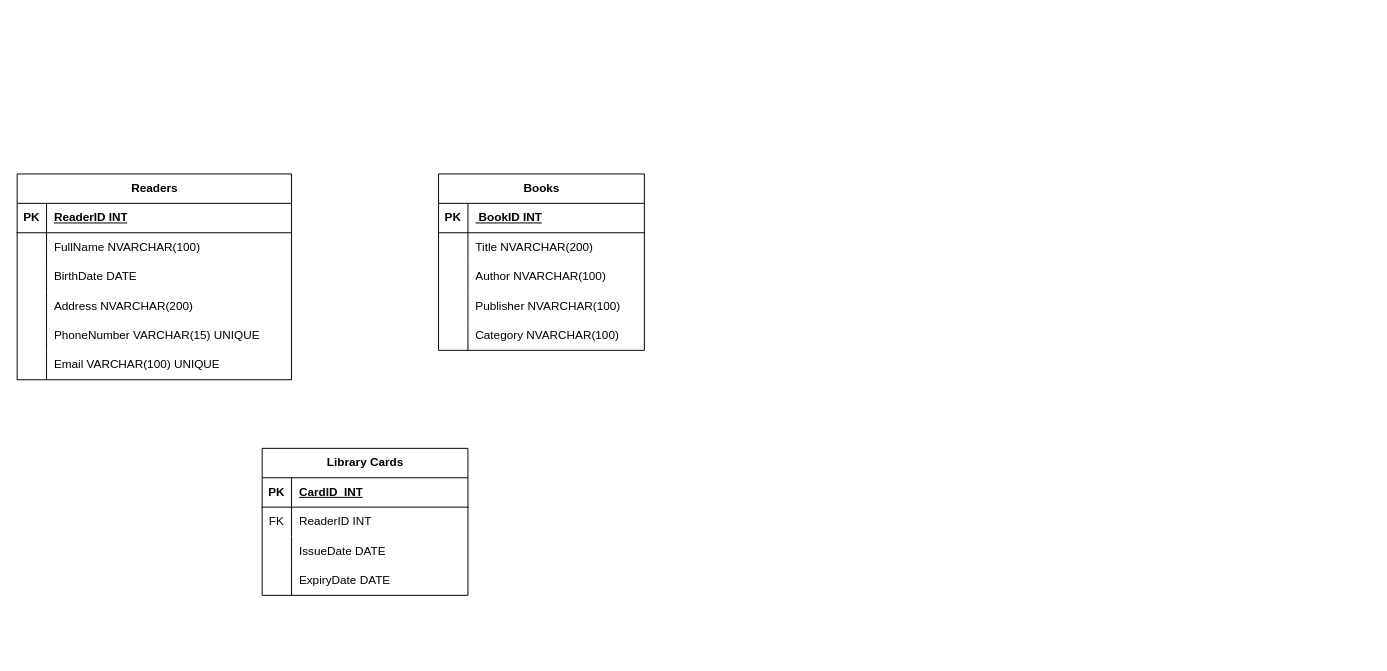
NgocPhungggg/CUT keeps this draw.io diagram as Week_01/Database_design.drawio. Above is the earlier version. Source tidied: cells renumbered, new cells numbered last; positions are measured from the earlier drawing's top-left corner, leaving out a move shared by most shapes. Both pictures are drawn from the tidied source at 98%, with x=0, y=0 at pixel (17, 173).
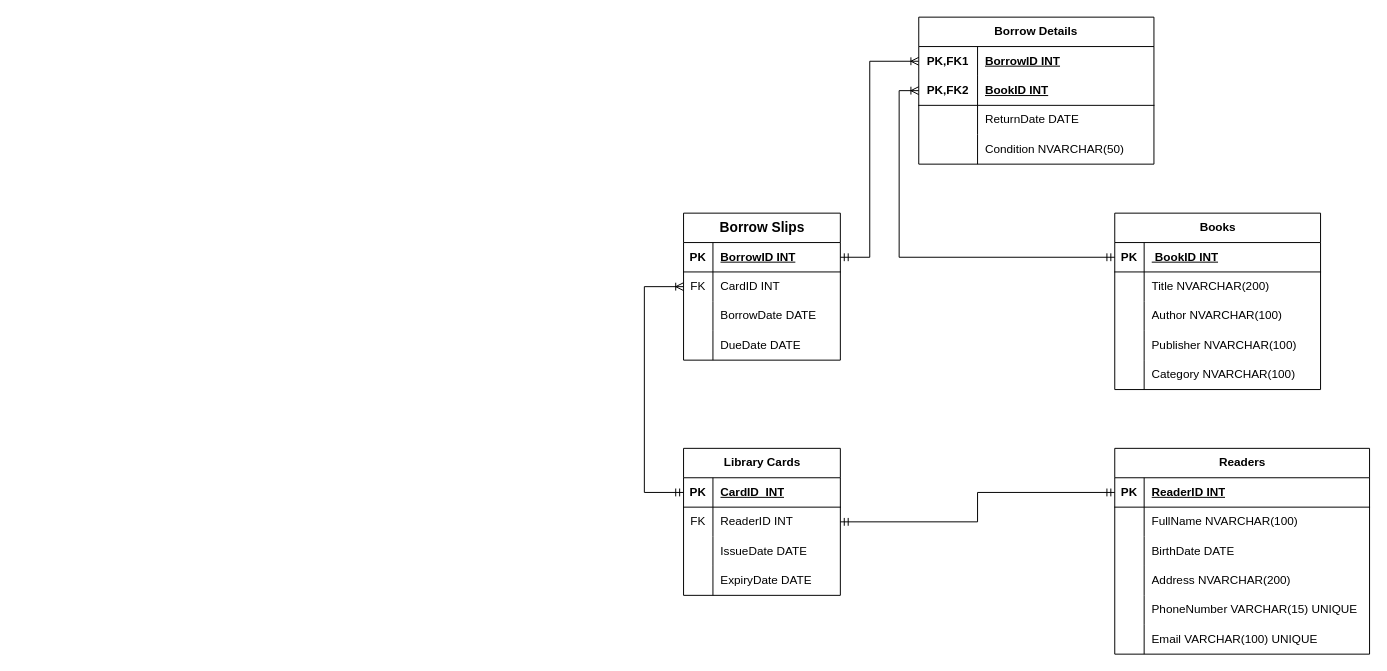
The same page after the edit.

Commit message (it also covers changes not shown here):
Cập nhật Database_design.drawio

Unchanged cells that the change refers to:
```xml
<mxCell id="22" style="shape=tableRow;horizontal=0;startSize=0;swimlaneHead=0;swimlaneBody=0;fillColor=none;points=[[0,0.5],[1,0.5]];portConstraint=eastwest;top=0;left=0;right=0;bottom=1;" parent="21" vertex="1">
  <mxGeometry y="30" width="210" height="30" as="geometry" />
</mxCell>
```

Diff of the diagram source:
```diff
@@
     <mxCell id="2" value="Readers" style="shape=table;startSize=30;childLayout=tableLayout;rowLines=0;fontStyle=1;align=center;html=1;" parent="1" vertex="1">
-      <mxGeometry width="280" height="210" as="geometry" />
+      <mxGeometry x="1120" y="280" width="260" height="210" as="geometry" />
     </mxCell>
     <mxCell id="3" style="shape=tableRow;horizontal=0;startSize=0;swimlaneHead=0;swimlaneBody=0;fillColor=none;points=[[0,0.5],[1,0.5]];portConstraint=eastwest;top=0;left=0;right=0;bottom=1;" parent="2" vertex="1">
-      <mxGeometry y="30" width="280" height="30" as="geometry" />
+      <mxGeometry y="30" width="260" height="30" as="geometry" />
     </mxCell>
@@
     <mxCell id="5" value="ReaderID INT" style="shape=partialRectangle;fillColor=none;top=0;left=0;bottom=0;right=0;align=left;spacingLeft=6;fontStyle=5;overflow=hidden;whiteSpace=wrap;html=1;" parent="3" vertex="1">
-      <mxGeometry x="30" width="250" height="30" as="geometry" />
+      <mxGeometry x="30" width="230" height="30" as="geometry" />
     </mxCell>
     <mxCell id="6" style="shape=tableRow;horizontal=0;startSize=0;swimlaneHead=0;swimlaneBody=0;fillColor=none;top=0;left=0;right=0;bottom=0;" parent="2" vertex="1">
-      <mxGeometry y="60" width="280" height="30" as="geometry" />
+      <mxGeometry y="60" width="260" height="30" as="geometry" />
     </mxCell>
@@
     <mxCell id="8" value="FullName NVARCHAR(100)" style="shape=partialRectangle;fillColor=none;top=0;left=0;bottom=0;right=0;align=left;spacingLeft=6;overflow=hidden;whiteSpace=wrap;html=1;" parent="6" vertex="1">
-      <mxGeometry x="30" width="250" height="30" as="geometry" />
+      <mxGeometry x="30" width="230" height="30" as="geometry" />
     </mxCell>
     <mxCell id="9" style="shape=tableRow;horizontal=0;startSize=0;swimlaneHead=0;swimlaneBody=0;fillColor=none;top=0;left=0;right=0;bottom=0;" parent="2" vertex="1">
-      <mxGeometry y="90" width="280" height="30" as="geometry" />
+      <mxGeometry y="90" width="260" height="30" as="geometry" />
     </mxCell>
@@
     <mxCell id="11" value="BirthDate DATE" style="shape=partialRectangle;fillColor=none;top=0;left=0;bottom=0;right=0;align=left;spacingLeft=6;overflow=hidden;whiteSpace=wrap;html=1;" parent="9" vertex="1">
-      <mxGeometry x="30" width="250" height="30" as="geometry" />
+      <mxGeometry x="30" width="230" height="30" as="geometry" />
     </mxCell>
     <mxCell id="12" style="shape=tableRow;horizontal=0;startSize=0;swimlaneHead=0;swimlaneBody=0;fillColor=none;top=0;left=0;right=0;bottom=0;" parent="2" vertex="1">
-      <mxGeometry y="120" width="280" height="30" as="geometry" />
+      <mxGeometry y="120" width="260" height="30" as="geometry" />
     </mxCell>
@@
     <mxCell id="14" value="Address NVARCHAR(200)" style="shape=partialRectangle;fillColor=none;top=0;left=0;bottom=0;right=0;align=left;spacingLeft=6;overflow=hidden;whiteSpace=wrap;html=1;" parent="12" vertex="1">
-      <mxGeometry x="30" width="250" height="30" as="geometry" />
+      <mxGeometry x="30" width="230" height="30" as="geometry" />
     </mxCell>
     <mxCell id="15" style="shape=tableRow;horizontal=0;startSize=0;swimlaneHead=0;swimlaneBody=0;fillColor=none;top=0;left=0;right=0;bottom=0;" parent="2" vertex="1">
-      <mxGeometry y="150" width="280" height="30" as="geometry" />
+      <mxGeometry y="150" width="260" height="30" as="geometry" />
     </mxCell>
@@
     <mxCell id="17" value="PhoneNumber VARCHAR(15) UNIQUE" style="shape=partialRectangle;fillColor=none;top=0;left=0;bottom=0;right=0;align=left;spacingLeft=6;overflow=hidden;whiteSpace=wrap;html=1;" parent="15" vertex="1">
-      <mxGeometry x="30" width="250" height="30" as="geometry" />
+      <mxGeometry x="30" width="230" height="30" as="geometry" />
     </mxCell>
     <mxCell id="18" style="shape=tableRow;horizontal=0;startSize=0;swimlaneHead=0;swimlaneBody=0;fillColor=none;top=0;left=0;right=0;bottom=0;" parent="2" vertex="1">
-      <mxGeometry y="180" width="280" height="30" as="geometry" />
+      <mxGeometry y="180" width="260" height="30" as="geometry" />
     </mxCell>
@@
     <mxCell id="20" value="&lt;div&gt;Email VARCHAR(100) UNIQUE&lt;/div&gt;" style="shape=partialRectangle;fillColor=none;top=0;left=0;bottom=0;right=0;align=left;spacingLeft=6;overflow=hidden;whiteSpace=wrap;html=1;" parent="18" vertex="1">
-      <mxGeometry x="30" width="250" height="30" as="geometry" />
+      <mxGeometry x="30" width="230" height="30" as="geometry" />
     </mxCell>
     <mxCell id="21" value="Books" style="shape=table;startSize=30;childLayout=tableLayout;rowLines=0;fontStyle=1;align=center;html=1;" parent="1" vertex="1">
-      <mxGeometry x="430" width="210" height="180" as="geometry" />
+      <mxGeometry x="1120" y="40" width="210" height="180" as="geometry" />
     </mxCell>
@@
     <mxCell id="37" value="Library Cards" style="shape=table;startSize=30;childLayout=tableLayout;rowLines=0;fontStyle=1;align=center;html=1;" parent="1" vertex="1">
-      <mxGeometry x="250" y="280" width="210" height="150" as="geometry" />
+      <mxGeometry x="680" y="280" width="160" height="150" as="geometry" />
     </mxCell>
     <mxCell id="38" style="shape=tableRow;horizontal=0;startSize=0;swimlaneHead=0;swimlaneBody=0;fillColor=none;points=[[0,0.5],[1,0.5]];portConstraint=eastwest;top=0;left=0;right=0;bottom=1;" parent="37" vertex="1">
-      <mxGeometry y="30" width="210" height="30" as="geometry" />
+      <mxGeometry y="30" width="160" height="30" as="geometry" />
     </mxCell>
@@
     <mxCell id="40" value="CardID&amp;nbsp; INT" style="shape=partialRectangle;fillColor=none;top=0;left=0;bottom=0;right=0;align=left;spacingLeft=6;fontStyle=5;overflow=hidden;whiteSpace=wrap;html=1;" parent="38" vertex="1">
-      <mxGeometry x="30" width="180" height="30" as="geometry" />
+      <mxGeometry x="30" width="130" height="30" as="geometry" />
     </mxCell>
     <mxCell id="41" style="shape=tableRow;horizontal=0;startSize=0;swimlaneHead=0;swimlaneBody=0;fillColor=none;points=[[0,0.5],[1,0.5]];portConstraint=eastwest;top=0;left=0;right=0;bottom=0;" parent="37" vertex="1">
-      <mxGeometry y="60" width="210" height="30" as="geometry" />
+      <mxGeometry y="60" width="160" height="30" as="geometry" />
     </mxCell>
@@
     <mxCell id="43" value="ReaderID INT" style="shape=partialRectangle;fillColor=none;top=0;left=0;bottom=0;right=0;align=left;spacingLeft=6;overflow=hidden;whiteSpace=wrap;html=1;" parent="41" vertex="1">
-      <mxGeometry x="30" width="180" height="30" as="geometry" />
+      <mxGeometry x="30" width="130" height="30" as="geometry" />
     </mxCell>
     <mxCell id="44" style="shape=tableRow;horizontal=0;startSize=0;swimlaneHead=0;swimlaneBody=0;fillColor=none;top=0;left=0;right=0;bottom=0;" parent="37" vertex="1">
-      <mxGeometry y="90" width="210" height="30" as="geometry" />
+      <mxGeometry y="90" width="160" height="30" as="geometry" />
     </mxCell>
@@
     <mxCell id="46" value="IssueDate DATE" style="shape=partialRectangle;fillColor=none;top=0;left=0;bottom=0;right=0;align=left;spacingLeft=6;overflow=hidden;whiteSpace=wrap;html=1;" parent="44" vertex="1">
-      <mxGeometry x="30" width="180" height="30" as="geometry" />
+      <mxGeometry x="30" width="130" height="30" as="geometry" />
     </mxCell>
     <mxCell id="47" style="shape=tableRow;horizontal=0;startSize=0;swimlaneHead=0;swimlaneBody=0;fillColor=none;top=0;left=0;right=0;bottom=0;" parent="37" vertex="1">
-      <mxGeometry y="120" width="210" height="30" as="geometry" />
+      <mxGeometry y="120" width="160" height="30" as="geometry" />
     </mxCell>
@@
     <mxCell id="49" value="ExpiryDate DATE" style="shape=partialRectangle;fillColor=none;top=0;left=0;bottom=0;right=0;align=left;spacingLeft=6;overflow=hidden;whiteSpace=wrap;html=1;" parent="47" vertex="1">
-      <mxGeometry x="30" width="180" height="30" as="geometry" />
+      <mxGeometry x="30" width="130" height="30" as="geometry" />
     </mxCell>
+    <mxCell id="50" value="&lt;h3&gt;Borrow Slips&lt;/h3&gt;&lt;pre class=&quot;overflow-visible!&quot;&gt;&lt;div class=&quot;contain-inline-size rounded-2xl relative bg-token-sidebar-surface-primary&quot;&gt;&lt;div class=&quot;sticky top-9&quot;&gt;&lt;div class=&quot;absolute end-0 bottom-0 flex h-9 items-center pe-2&quot;&gt;&lt;div class=&quot;bg-token-bg-elevated-secondary text-token-text-secondary flex items-center gap-4 rounded-sm px-2 font-sans text-xs&quot;&gt;&lt;/div&gt;&lt;/div&gt;&lt;/div&gt;&lt;div dir=&quot;ltr&quot; class=&quot;overflow-y-auto p-4&quot;&gt;&lt;/div&gt;&lt;/div&gt;&lt;/pre&gt;" style="shape=table;startSize=30;childLayout=tableLayout;rowLines=0;fontStyle=1;align=center;html=1;" parent="1" vertex="1">
+      <mxGeometry x="680" y="40" width="160" height="150" as="geometry" />
+    </mxCell>
+    <mxCell id="51" style="shape=tableRow;horizontal=0;startSize=0;swimlaneHead=0;swimlaneBody=0;fillColor=none;points=[[0,0.5],[1,0.5]];portConstraint=eastwest;top=0;left=0;right=0;bottom=1;" parent="50" vertex="1">
+      <mxGeometry y="30" width="160" height="30" as="geometry" />
+    </mxCell>
+    <mxCell id="52" value="PK" style="shape=partialRectangle;fillColor=none;top=0;left=0;bottom=0;right=0;fontStyle=1;overflow=hidden;whiteSpace=wrap;html=1;" parent="51" vertex="1">
+      <mxGeometry width="30" height="30" as="geometry" />
+    </mxCell>
+    <mxCell id="53" value="BorrowID INT" style="shape=partialRectangle;fillColor=none;top=0;left=0;bottom=0;right=0;align=left;spacingLeft=6;fontStyle=5;overflow=hidden;whiteSpace=wrap;html=1;" parent="51" vertex="1">
+      <mxGeometry x="30" width="130" height="30" as="geometry" />
+    </mxCell>
+    <mxCell id="54" style="shape=tableRow;horizontal=0;startSize=0;swimlaneHead=0;swimlaneBody=0;fillColor=none;points=[[0,0.5],[1,0.5]];portConstraint=eastwest;top=0;left=0;right=0;bottom=0;" parent="50" vertex="1">
+      <mxGeometry y="60" width="160" height="30" as="geometry" />
+    </mxCell>
+    <mxCell id="55" value="FK" style="shape=partialRectangle;fillColor=none;top=0;left=0;bottom=0;right=0;overflow=hidden;whiteSpace=wrap;html=1;" parent="54" vertex="1">
+      <mxGeometry width="30" height="30" as="geometry" />
+    </mxCell>
+    <mxCell id="56" value="CardID INT" style="shape=partialRectangle;fillColor=none;top=0;left=0;bottom=0;right=0;align=left;spacingLeft=6;overflow=hidden;whiteSpace=wrap;html=1;" parent="54" vertex="1">
+      <mxGeometry x="30" width="130" height="30" as="geometry" />
+    </mxCell>
+    <mxCell id="57" style="shape=tableRow;horizontal=0;startSize=0;swimlaneHead=0;swimlaneBody=0;fillColor=none;top=0;left=0;right=0;bottom=0;" parent="50" vertex="1">
+      <mxGeometry y="90" width="160" height="30" as="geometry" />
+    </mxCell>
+    <mxCell id="58" style="shape=partialRectangle;fillColor=none;top=0;left=0;bottom=0;right=0;overflow=hidden;whiteSpace=wrap;html=1;" parent="57" vertex="1">
+      <mxGeometry width="30" height="30" as="geometry" />
+    </mxCell>
+    <mxCell id="59" value="BorrowDate DATE" style="shape=partialRectangle;fillColor=none;top=0;left=0;bottom=0;right=0;align=left;spacingLeft=6;overflow=hidden;whiteSpace=wrap;html=1;" parent="57" vertex="1">
+      <mxGeometry x="30" width="130" height="30" as="geometry" />
+    </mxCell>
+    <mxCell id="60" style="shape=tableRow;horizontal=0;startSize=0;swimlaneHead=0;swimlaneBody=0;fillColor=none;top=0;left=0;right=0;bottom=0;" parent="50" vertex="1">
+      <mxGeometry y="120" width="160" height="30" as="geometry" />
+    </mxCell>
+    <mxCell id="61" style="shape=partialRectangle;fillColor=none;top=0;left=0;bottom=0;right=0;overflow=hidden;whiteSpace=wrap;html=1;" parent="60" vertex="1">
+      <mxGeometry width="30" height="30" as="geometry" />
+    </mxCell>
+    <mxCell id="62" value="DueDate DATE" style="shape=partialRectangle;fillColor=none;top=0;left=0;bottom=0;right=0;align=left;spacingLeft=6;overflow=hidden;whiteSpace=wrap;html=1;" parent="60" vertex="1">
+      <mxGeometry x="30" width="130" height="30" as="geometry" />
+    </mxCell>
+    <mxCell id="63" value="Borrow Details" style="shape=table;startSize=30;childLayout=tableLayout;rowLines=0;fontStyle=1;align=center;html=1;whiteSpace=wrap;" parent="1" vertex="1">
+      <mxGeometry x="920" y="-160" width="240" height="150" as="geometry" />
+    </mxCell>
+    <mxCell id="64" style="shape=tableRow;horizontal=0;startSize=0;swimlaneHead=0;swimlaneBody=0;fillColor=none;points=[[0,0.5],[1,0.5]];portConstraint=eastwest;top=0;left=0;right=0;bottom=0;html=1;" parent="63" vertex="1">
+      <mxGeometry y="30" width="240" height="30" as="geometry" />
+    </mxCell>
+    <mxCell id="65" value="PK,FK1" style="shape=partialRectangle;fillColor=none;top=0;left=0;bottom=0;right=0;fontStyle=1;overflow=hidden;html=1;whiteSpace=wrap;" parent="64" vertex="1">
+      <mxGeometry width="60" height="30" as="geometry" />
+    </mxCell>
+    <mxCell id="66" value="BorrowID INT" style="shape=partialRectangle;fillColor=none;top=0;left=0;bottom=0;right=0;align=left;spacingLeft=6;fontStyle=5;overflow=hidden;html=1;whiteSpace=wrap;" parent="64" vertex="1">
+      <mxGeometry x="60" width="180" height="30" as="geometry" />
+    </mxCell>
+    <mxCell id="67" style="shape=tableRow;horizontal=0;startSize=0;swimlaneHead=0;swimlaneBody=0;fillColor=none;points=[[0,0.5],[1,0.5]];portConstraint=eastwest;top=0;left=0;right=0;bottom=1;html=1;" parent="63" vertex="1">
+      <mxGeometry y="60" width="240" height="30" as="geometry" />
+    </mxCell>
+    <mxCell id="68" value="PK,FK2" style="shape=partialRectangle;fillColor=none;top=0;left=0;bottom=0;right=0;fontStyle=1;overflow=hidden;html=1;whiteSpace=wrap;" parent="67" vertex="1">
+      <mxGeometry width="60" height="30" as="geometry" />
+    </mxCell>
+    <mxCell id="69" value="BookID INT" style="shape=partialRectangle;fillColor=none;top=0;left=0;bottom=0;right=0;align=left;spacingLeft=6;fontStyle=5;overflow=hidden;html=1;whiteSpace=wrap;" parent="67" vertex="1">
+      <mxGeometry x="60" width="180" height="30" as="geometry" />
+    </mxCell>
+    <mxCell id="70" style="shape=tableRow;horizontal=0;startSize=0;swimlaneHead=0;swimlaneBody=0;fillColor=none;top=0;left=0;right=0;bottom=0;html=1;" parent="63" vertex="1">
+      <mxGeometry y="90" width="240" height="30" as="geometry" />
+    </mxCell>
+    <mxCell id="71" style="shape=partialRectangle;fillColor=none;top=0;left=0;bottom=0;right=0;overflow=hidden;html=1;whiteSpace=wrap;" parent="70" vertex="1">
+      <mxGeometry width="60" height="30" as="geometry" />
+    </mxCell>
+    <mxCell id="72" value="ReturnDate DATE" style="shape=partialRectangle;fillColor=none;top=0;left=0;bottom=0;right=0;align=left;spacingLeft=6;overflow=hidden;html=1;whiteSpace=wrap;" parent="70" vertex="1">
+      <mxGeometry x="60" width="180" height="30" as="geometry" />
+    </mxCell>
+    <mxCell id="73" style="shape=tableRow;horizontal=0;startSize=0;swimlaneHead=0;swimlaneBody=0;fillColor=none;top=0;left=0;right=0;bottom=0;html=1;" parent="63" vertex="1">
+      <mxGeometry y="120" width="240" height="30" as="geometry" />
+    </mxCell>
+    <mxCell id="74" style="shape=partialRectangle;fillColor=none;top=0;left=0;bottom=0;right=0;overflow=hidden;html=1;whiteSpace=wrap;" parent="73" vertex="1">
+      <mxGeometry width="60" height="30" as="geometry" />
+    </mxCell>
+    <mxCell id="75" value="Condition NVARCHAR(50)" style="shape=partialRectangle;fillColor=none;top=0;left=0;bottom=0;right=0;align=left;spacingLeft=6;overflow=hidden;html=1;whiteSpace=wrap;" parent="73" vertex="1">
+      <mxGeometry x="60" width="180" height="30" as="geometry" />
+    </mxCell>
+    <mxCell id="76" style="edgeStyle=orthogonalEdgeStyle;rounded=0;jettySize=auto;html=1;entryX=1;entryY=0.5;entryDx=0;entryDy=0;endArrow=ERmandOne;endFill=0;startArrow=ERmandOne;startFill=0;" parent="1" edge="1" source="3" target="41">
+      <mxGeometry relative="1" as="geometry" />
+    </mxCell>
+    <mxCell id="77" style="edgeStyle=orthogonalEdgeStyle;rounded=0;jettySize=auto;html=1;entryX=0;entryY=0.5;entryDx=0;entryDy=0;startArrow=ERmandOne;startFill=0;endArrow=ERoneToMany;endFill=0;" parent="1" edge="1" source="38" target="54">
+      <mxGeometry relative="1" as="geometry">
+        <Array as="points">
+          <mxPoint x="640" y="325" />
+          <mxPoint x="640" y="115" />
+        </Array>
+      </mxGeometry>
+    </mxCell>
+    <mxCell id="78" style="edgeStyle=orthogonalEdgeStyle;rounded=0;jettySize=auto;html=1;entryX=1;entryY=0.5;entryDx=0;entryDy=0;startArrow=ERoneToMany;startFill=0;endArrow=ERmandOne;endFill=0;" parent="1" edge="1" source="64" target="51">
+      <mxGeometry relative="1" as="geometry">
+        <Array as="points">
+          <mxPoint x="870" y="-115" />
+          <mxPoint x="870" y="85" />
+        </Array>
+      </mxGeometry>
+    </mxCell>
+    <mxCell id="79" style="edgeStyle=orthogonalEdgeStyle;rounded=0;jettySize=auto;html=1;entryX=0;entryY=0.5;entryDx=0;entryDy=0;endArrow=ERmandOne;endFill=0;startArrow=ERoneToMany;startFill=0;" parent="1" edge="1" source="67" target="22">
+      <mxGeometry relative="1" as="geometry">
+        <Array as="points">
+          <mxPoint x="900" y="-85" />
+          <mxPoint x="900" y="85" />
+        </Array>
+      </mxGeometry>
+    </mxCell>
```
